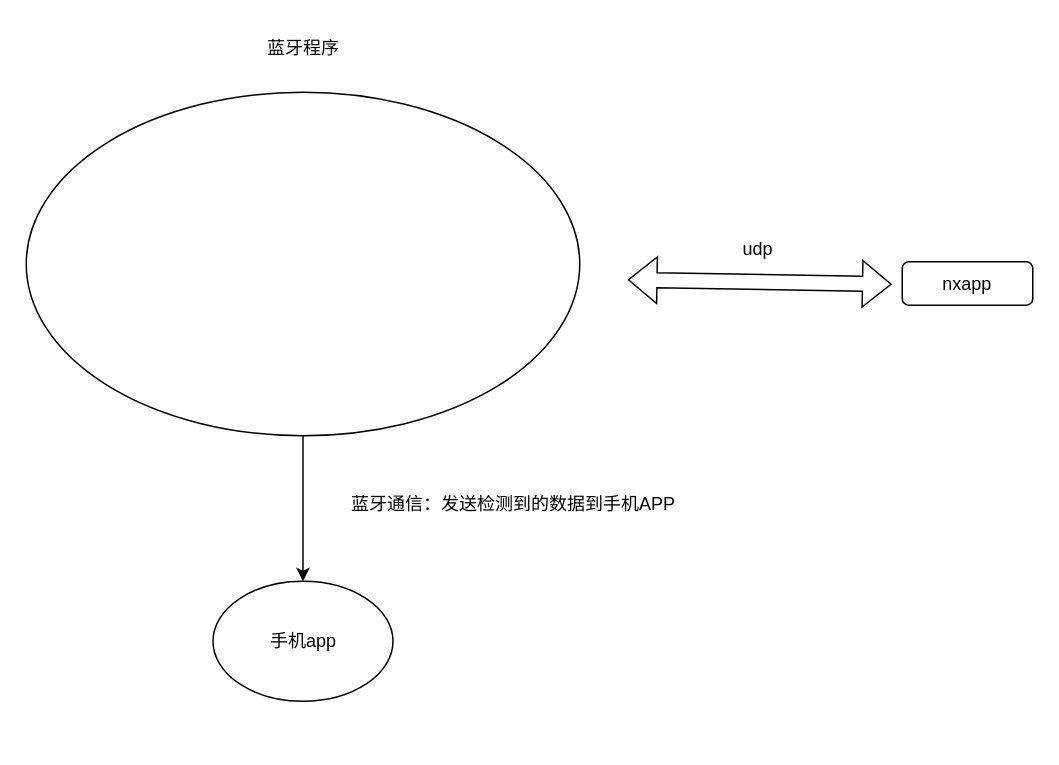
This is 蓝牙.drawio from weibu01/a_drawio, a draw.io file, before an edit. Source tidied: cells renumbered, new cells numbered last; positions are measured from the earlier drawing's top-left corner, leaving out a move shared by most shapes. Both pictures are drawn from the tidied source at 150%, with x=0, y=0 at pixel (26, 26).
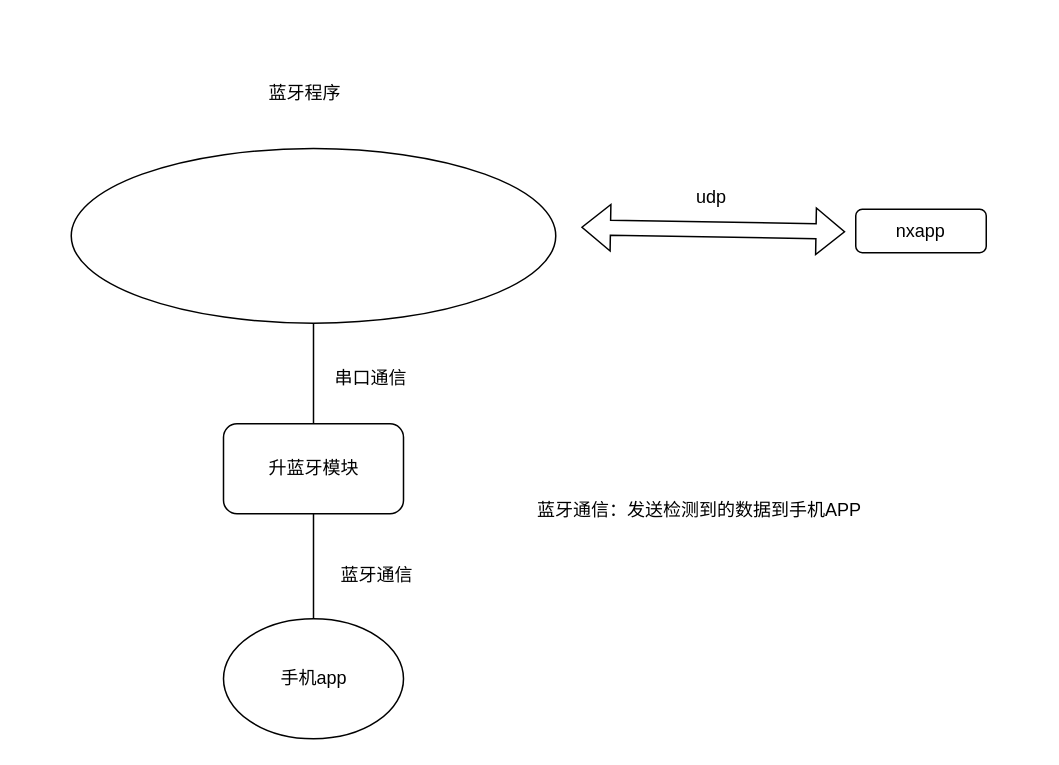
The same diagram, later.

The edit, as a diff of the source:
```diff
@@
 <mxGraphModel>
   <root>
     <mxCell id="0" />
     <mxCell id="1" parent="0" />
     <mxCell id="2" value="nxapp" style="rounded=1;whiteSpace=wrap;html=1;" parent="1" vertex="1">
-      <mxGeometry x="584" y="157" width="87" height="29" as="geometry" />
+      <mxGeometry x="553" y="122" width="87" height="29" as="geometry" />
     </mxCell>
-    <mxCell id="3" style="edgeStyle=orthogonalEdgeStyle;rounded=0;jettySize=auto;html=1;entryX=0.5;entryY=0;entryDx=0;entryDy=0;" parent="1" edge="1" source="4" target="8">
-      <mxGeometry relative="1" as="geometry" />
-    </mxCell>
+    <mxCell id="10" style="edgeStyle=orthogonalEdgeStyle;rounded=0;jettySize=auto;html=1;entryX=0.5;entryY=0;entryDx=0;entryDy=0;endArrow=none;endFill=0;" parent="1" edge="1" source="4" target="12">
+      <mxGeometry relative="1" as="geometry" />
+    </mxCell>
     <mxCell id="4" style="ellipse;whiteSpace=wrap;html=1;" parent="1" vertex="1">
-      <mxGeometry y="44" width="369" height="229" as="geometry" />
+      <mxGeometry x="30" y="81.5" width="323" height="116.5" as="geometry" />
     </mxCell>
     <mxCell id="5" value="蓝牙程序" style="text;html=1;strokeColor=none;fillColor=none;align=center;verticalAlign=middle;whiteSpace=wrap;rounded=0;" parent="1" vertex="1">
-      <mxGeometry x="154.5" width="60" height="30" as="geometry" />
+      <mxGeometry x="156" y="30" width="60" height="30" as="geometry" />
     </mxCell>
     <mxCell id="6" style="shape=flexArrow;endArrow=classic;startArrow=classic;html=1;rounded=0;" parent="1" edge="1">
       <mxGeometry relative="1" as="geometry">
-        <mxPoint x="401" y="169" as="sourcePoint" />
-        <mxPoint x="577" y="172" as="targetPoint" />
+        <mxPoint x="370" y="134" as="sourcePoint" />
+        <mxPoint x="546" y="137" as="targetPoint" />
       </mxGeometry>
     </mxCell>
     <mxCell id="7" value="udp" style="text;html=1;strokeColor=none;fillColor=none;align=center;verticalAlign=middle;whiteSpace=wrap;rounded=0;" parent="1" vertex="1">
-      <mxGeometry x="458" y="134" width="60" height="30" as="geometry" />
+      <mxGeometry x="427" y="99" width="60" height="30" as="geometry" />
     </mxCell>
     <mxCell id="8" value="手机app" style="ellipse;whiteSpace=wrap;html=1;" parent="1" vertex="1">
-      <mxGeometry x="124.5" y="370" width="120" height="80" as="geometry" />
+      <mxGeometry x="131.5" y="395" width="120" height="80" as="geometry" />
     </mxCell>
     <mxCell id="9" value="蓝牙通信：发送检测到的数据到手机APP&lt;br&gt;" style="text;html=1;strokeColor=none;fillColor=none;align=center;verticalAlign=middle;whiteSpace=wrap;rounded=0;" parent="1" vertex="1">
-      <mxGeometry x="202" y="302" width="246" height="33" as="geometry" />
+      <mxGeometry x="326" y="306" width="246" height="33" as="geometry" />
     </mxCell>
+    <mxCell id="11" style="edgeStyle=orthogonalEdgeStyle;rounded=0;jettySize=auto;html=1;exitX=0.5;exitY=1;exitDx=0;exitDy=0;endArrow=none;endFill=0;" parent="1" edge="1" source="12" target="8">
+      <mxGeometry relative="1" as="geometry" />
+    </mxCell>
+    <mxCell id="12" value="升蓝牙模块" style="rounded=1;whiteSpace=wrap;html=1;" parent="1" vertex="1">
+      <mxGeometry x="131.5" y="265" width="120" height="60" as="geometry" />
+    </mxCell>
+    <mxCell id="13" value="串口通信" style="text;html=1;strokeColor=none;fillColor=none;align=center;verticalAlign=middle;whiteSpace=wrap;rounded=0;" parent="1" vertex="1">
+      <mxGeometry x="200" y="220" width="60" height="30" as="geometry" />
+    </mxCell>
+    <mxCell id="14" value="蓝牙通信" style="text;html=1;strokeColor=none;fillColor=none;align=center;verticalAlign=middle;whiteSpace=wrap;rounded=0;" parent="1" vertex="1">
+      <mxGeometry x="204" y="351" width="60" height="30" as="geometry" />
+    </mxCell>
   </root>
 </mxGraphModel>
```
